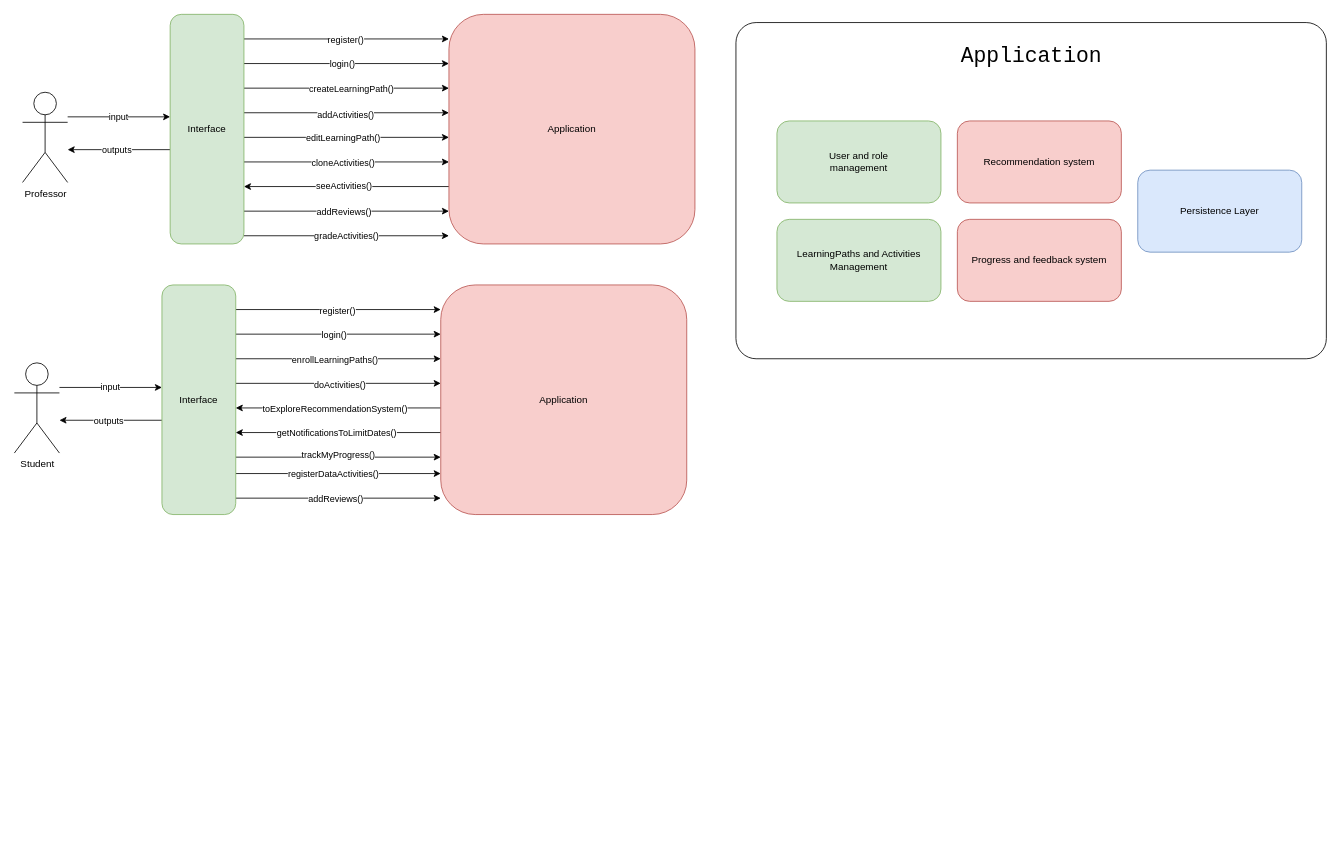
Earlier version of the draw.io diagram sprint-1/task-2/fr-diagrams.drawio (DPO-20242-SEC06/Project-OOPD). Source tidied: cells renumbered, new cells numbered last; positions are measured from the earlier drawing's top-left corner, leaving out a move shared by most shapes. Both pictures are drawn from the tidied source at 82%, with x=0, y=0 at pixel (14, 14).
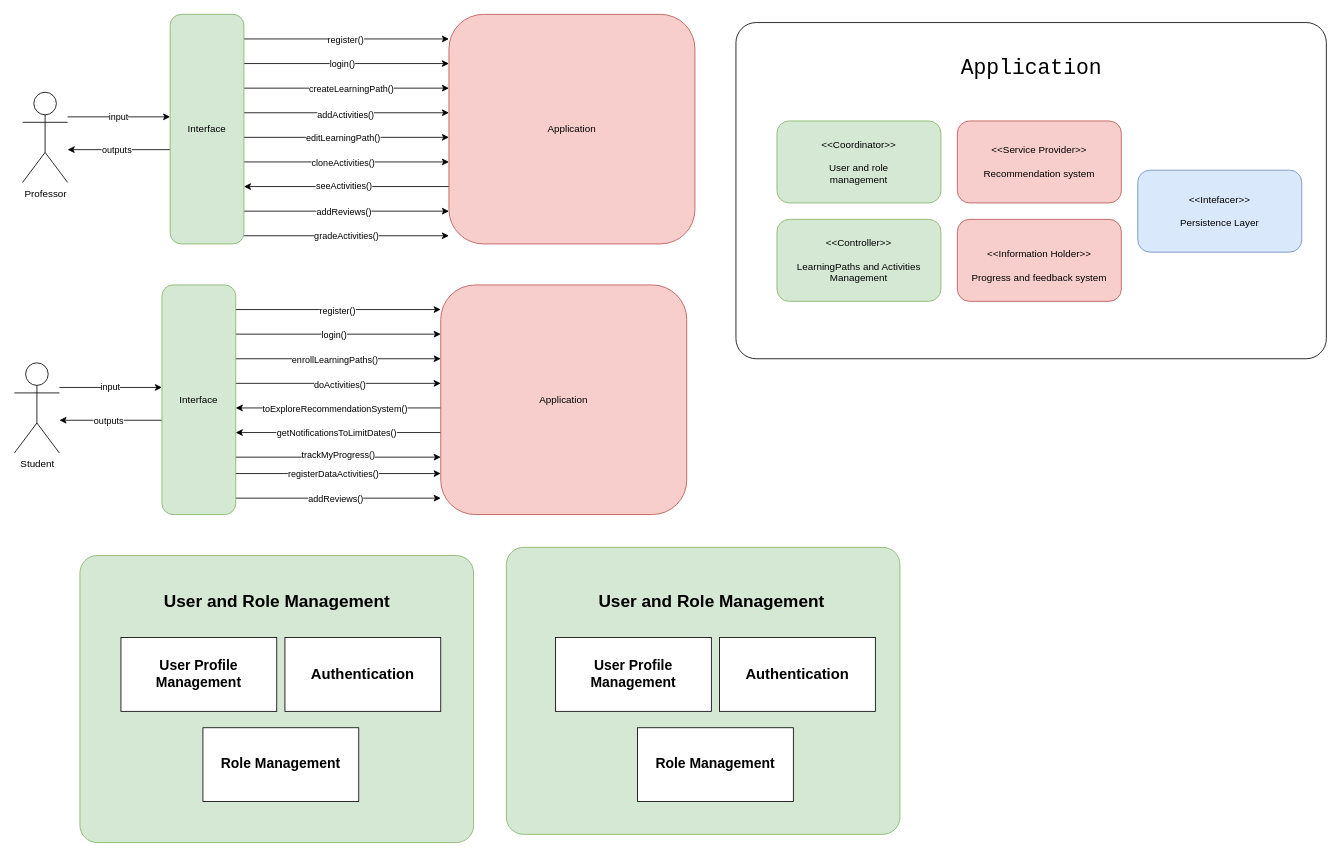
Above is the later version.

The edit, as a diff of the source:
```diff
@@
     <mxCell id="53" value="&lt;font style=&quot;font-size: 26px;&quot; face=&quot;Courier New&quot;&gt;Application&lt;/font&gt;" style="text;html=1;align=center;verticalAlign=middle;strokeColor=none;fillColor=none;fontSize=26;" parent="1" vertex="1">
-      <mxGeometry x="1140" y="25" width="200" height="50" as="geometry" />
+      <mxGeometry x="1140" y="40" width="200" height="50" as="geometry" />
     </mxCell>
-    <mxCell id="54" value="&lt;div&gt;User and role&lt;/div&gt;&lt;div&gt;management&lt;br&gt; &lt;/div&gt;" style="rounded=1;whiteSpace=wrap;html=1;fillColor=#d5e8d4;strokeColor=#82b366;" parent="1" vertex="1">
+    <mxCell id="54" value="&lt;div&gt;&amp;lt;&amp;lt;Coordinator&amp;gt;&amp;gt;&lt;/div&gt;&lt;div&gt;&lt;br&gt;&lt;/div&gt;&lt;div&gt;User and role&lt;/div&gt;&lt;div&gt;management&lt;br&gt; &lt;/div&gt;" style="rounded=1;whiteSpace=wrap;html=1;fillColor=#d5e8d4;strokeColor=#82b366;" parent="1" vertex="1">
       <mxGeometry x="930" y="130" width="200" height="100" as="geometry" />
     </mxCell>
-    <mxCell id="55" value="LearningPaths and Activities Management" style="rounded=1;whiteSpace=wrap;html=1;fillColor=#d5e8d4;strokeColor=#82b366;" parent="1" vertex="1">
+    <mxCell id="55" value="&lt;div&gt;&amp;lt;&amp;lt;Controller&amp;gt;&amp;gt;&lt;br&gt;&lt;/div&gt;&lt;div&gt;&lt;br&gt;&lt;/div&gt;&lt;div&gt;LearningPaths and Activities Management&lt;/div&gt;" style="rounded=1;whiteSpace=wrap;html=1;fillColor=#d5e8d4;strokeColor=#82b366;" parent="1" vertex="1">
       <mxGeometry x="930" y="250" width="200" height="100" as="geometry" />
     </mxCell>
-    <mxCell id="56" value="Progress and feedback system" style="rounded=1;whiteSpace=wrap;html=1;fillColor=#f8cecc;strokeColor=#b85450;" parent="1" vertex="1">
+    <mxCell id="56" value="&lt;div&gt;&lt;br&gt;&lt;/div&gt;&lt;div&gt;&amp;lt;&amp;lt;Information Holder&amp;gt;&amp;gt;&lt;br&gt;&lt;/div&gt;&lt;div&gt;&lt;br&gt;&lt;/div&gt;&lt;div&gt;Progress and feedback system&lt;/div&gt;" style="rounded=1;whiteSpace=wrap;html=1;fillColor=#f8cecc;strokeColor=#b85450;" parent="1" vertex="1">
       <mxGeometry x="1150" y="250" width="200" height="100" as="geometry" />
     </mxCell>
-    <mxCell id="57" value="Recommendation system  " style="rounded=1;whiteSpace=wrap;html=1;fillColor=#f8cecc;strokeColor=#b85450;" parent="1" vertex="1">
+    <mxCell id="57" value="&lt;div&gt;&amp;lt;&amp;lt;Service Provider&amp;gt;&amp;gt;&lt;br&gt;&lt;/div&gt;&lt;div&gt;&lt;br&gt;&lt;/div&gt;&lt;div&gt;Recommendation system  &lt;/div&gt;" style="rounded=1;whiteSpace=wrap;html=1;fillColor=#f8cecc;strokeColor=#b85450;" parent="1" vertex="1">
       <mxGeometry x="1150" y="130" width="200" height="100" as="geometry" />
     </mxCell>
-    <mxCell id="58" value="Persistence Layer" style="rounded=1;whiteSpace=wrap;html=1;fillColor=#dae8fc;strokeColor=#6c8ebf;" parent="1" vertex="1">
+    <mxCell id="58" value="&lt;div&gt;&amp;lt;&amp;lt;Intefacer&amp;gt;&amp;gt;&lt;br&gt;&lt;/div&gt;&lt;div&gt;&lt;br&gt;&lt;/div&gt;&lt;div&gt;Persistence Layer&lt;/div&gt;" style="rounded=1;whiteSpace=wrap;html=1;fillColor=#dae8fc;strokeColor=#6c8ebf;" parent="1" vertex="1">
       <mxGeometry x="1370" y="190" width="200" height="100" as="geometry" />
     </mxCell>
+    <mxCell id="59" style="rounded=1;whiteSpace=wrap;html=1;arcSize=6;fillColor=#d5e8d4;strokeColor=#82b366;" parent="1" vertex="1">
+      <mxGeometry x="80" y="660" width="480" height="350" as="geometry" />
+    </mxCell>
+    <mxCell id="60" value="User and Role Management" style="text;align=center;fontStyle=1;verticalAlign=middle;spacingLeft=3;spacingRight=3;strokeColor=none;html=1;fontSize=21;" parent="1" vertex="1">
+      <mxGeometry x="165" y="700" width="310" height="30" as="geometry" />
+    </mxCell>
+    <mxCell id="61" value="&lt;font style=&quot;font-size: 17px;&quot;&gt;&lt;b&gt;User Profile Management&lt;br&gt;&lt;/b&gt;&lt;/font&gt;" style="html=1;whiteSpace=wrap;" parent="1" vertex="1">
+      <mxGeometry x="130" y="760" width="190" height="90" as="geometry" />
+    </mxCell>
+    <mxCell id="62" value="&lt;font style=&quot;font-size: 17px;&quot;&gt;&lt;b&gt;Role Management&lt;br&gt;&lt;/b&gt;&lt;/font&gt;" style="html=1;whiteSpace=wrap;" parent="1" vertex="1">
+      <mxGeometry x="230" y="870" width="190" height="90" as="geometry" />
+    </mxCell>
+    <mxCell id="63" value="&lt;b style=&quot;font-size: 18px;&quot;&gt;Authentication&lt;/b&gt;" style="html=1;whiteSpace=wrap;fontSize=18;" parent="1" vertex="1">
+      <mxGeometry x="330" y="760" width="190" height="90" as="geometry" />
+    </mxCell>
+    <mxCell id="64" style="rounded=1;whiteSpace=wrap;html=1;arcSize=6;fillColor=#d5e8d4;strokeColor=#82b366;" parent="1" vertex="1">
+      <mxGeometry x="600" y="650" width="480" height="350" as="geometry" />
+    </mxCell>
+    <mxCell id="65" value="User and Role Management" style="text;align=center;fontStyle=1;verticalAlign=middle;spacingLeft=3;spacingRight=3;strokeColor=none;html=1;fontSize=21;" parent="1" vertex="1">
+      <mxGeometry x="695" y="700" width="310" height="30" as="geometry" />
+    </mxCell>
+    <mxCell id="66" value="&lt;font style=&quot;font-size: 17px;&quot;&gt;&lt;b&gt;User Profile Management&lt;br&gt;&lt;/b&gt;&lt;/font&gt;" style="html=1;whiteSpace=wrap;" parent="1" vertex="1">
+      <mxGeometry x="660" y="760" width="190" height="90" as="geometry" />
+    </mxCell>
+    <mxCell id="67" value="&lt;font style=&quot;font-size: 17px;&quot;&gt;&lt;b&gt;Role Management&lt;br&gt;&lt;/b&gt;&lt;/font&gt;" style="html=1;whiteSpace=wrap;" parent="1" vertex="1">
+      <mxGeometry x="760" y="870" width="190" height="90" as="geometry" />
+    </mxCell>
+    <mxCell id="68" value="&lt;b style=&quot;font-size: 18px;&quot;&gt;Authentication&lt;/b&gt;" style="html=1;whiteSpace=wrap;fontSize=18;" parent="1" vertex="1">
+      <mxGeometry x="860" y="760" width="190" height="90" as="geometry" />
+    </mxCell>
```
